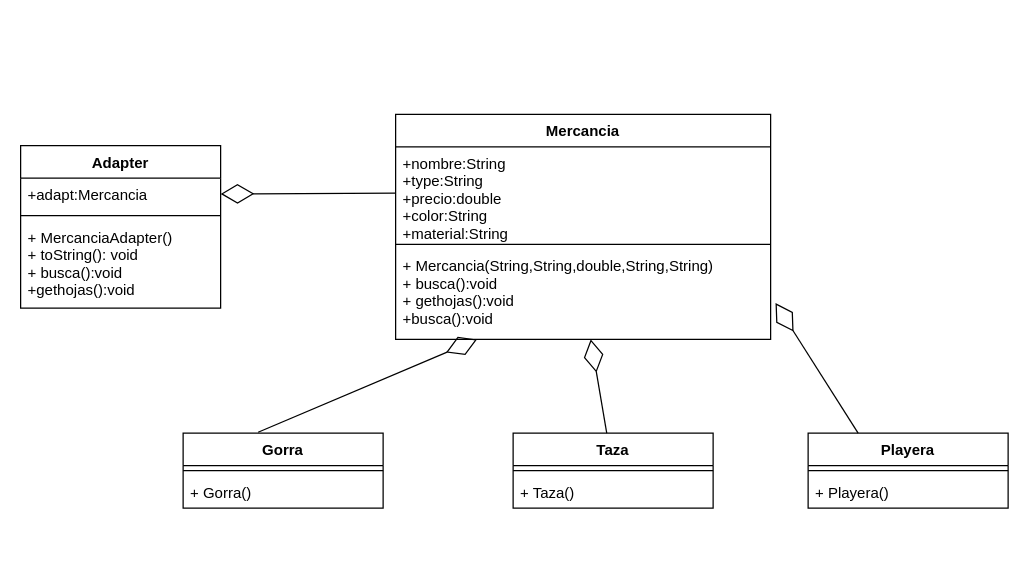
The draw.io diagram Adapter.drawio in Rogarpa/Proyecto-1-Modelado-y-Programacion, before the edit. Source tidied: cells renumbered, new cells numbered last; positions are measured from the earlier drawing's top-left corner, leaving out a move shared by most shapes. Both pictures are drawn from the tidied source at 125%, with x=0, y=0 at pixel (20, 114).
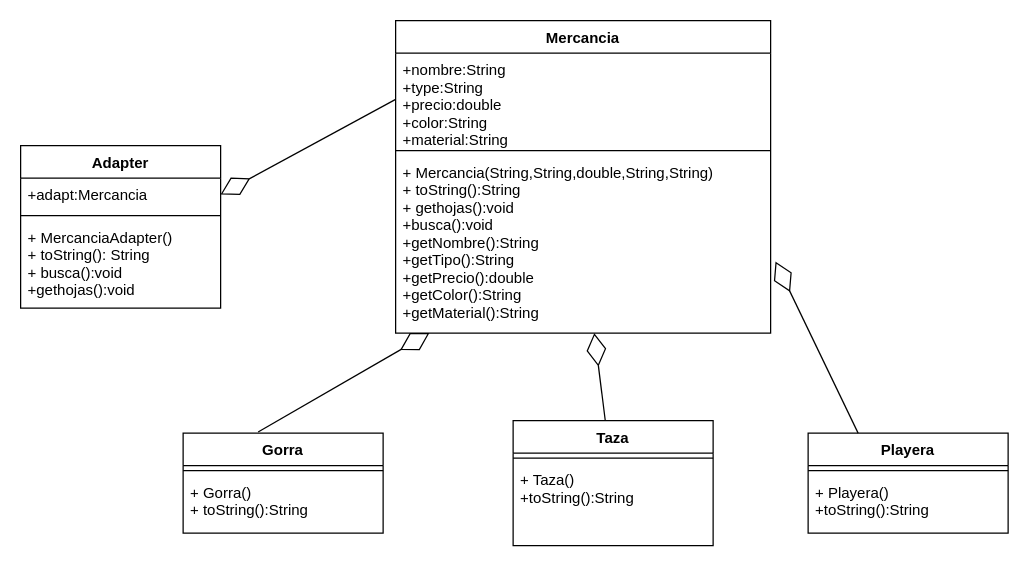
The same page after the edit.

Commit message (it also covers changes not shown here):
Preliminar de Adapter.

Unchanged cells that the change refers to:
```xml
<mxCell id="3" value="+nombre:String&#10;+type:String&#10;+precio:double&#10;+color:String&#10;+material:String" style="text;strokeColor=none;fillColor=none;align=left;verticalAlign=top;spacingLeft=4;spacingRight=4;overflow=hidden;points=[[0,0.5],[1,0.5]];portConstraint=eastwest;" parent="2" vertex="1">
  <mxGeometry y="26" width="300" height="74" as="geometry" />
</mxCell>
<mxCell id="6" value="Adapter" style="swimlane;fontStyle=1;align=center;verticalAlign=top;horizontal=1;startSize=26;" parent="1" vertex="1">
  <mxGeometry y="25" width="160" height="130" as="geometry" />
</mxCell>
<mxCell id="7" value="+adapt:Mercancia" style="text;strokeColor=none;fillColor=none;align=left;verticalAlign=top;spacingLeft=4;spacingRight=4;overflow=hidden;points=[[0,0.5],[1,0.5]];portConstraint=eastwest;" parent="6" vertex="1">
  <mxGeometry y="26" width="160" height="26" as="geometry" />
</mxCell>
```

The edit, as a diff of the source:
```diff
@@
     <mxCell id="2" value="Mercancia" style="swimlane;fontStyle=1;align=center;verticalAlign=top;horizontal=1;startSize=26;" parent="1" vertex="1">
-      <mxGeometry x="300" width="300" height="180" as="geometry" />
+      <mxGeometry x="300" y="-75" width="300" height="250" as="geometry" />
     </mxCell>
@@
-    <mxCell id="5" value="+ Mercancia(String,String,double,String,String)&#10;+ busca():void&#10;+ gethojas():void&#10;+busca():void" style="text;strokeColor=none;fillColor=none;align=left;verticalAlign=top;spacingLeft=4;spacingRight=4;overflow=hidden;points=[[0,0.5],[1,0.5]];portConstraint=eastwest;" parent="2" vertex="1">
-      <mxGeometry y="108" width="300" height="72" as="geometry" />
+    <mxCell id="5" value="+ Mercancia(String,String,double,String,String)&#10;+ toString():String&#10;+ gethojas():void&#10;+busca():void&#10;+getNombre():String&#10;+getTipo():String&#10;+getPrecio():double&#10;+getColor():String&#10;+getMaterial():String" style="text;strokeColor=none;fillColor=none;align=left;verticalAlign=top;spacingLeft=4;spacingRight=4;overflow=hidden;points=[[0,0.5],[1,0.5]];portConstraint=eastwest;" parent="2" vertex="1">
+      <mxGeometry y="108" width="300" height="142" as="geometry" />
     </mxCell>
@@
-    <mxCell id="9" value="+ MercanciaAdapter()&#10;+ toString(): void&#10;+ busca():void&#10;+gethojas():void" style="text;strokeColor=none;fillColor=none;align=left;verticalAlign=top;spacingLeft=4;spacingRight=4;overflow=hidden;" parent="6" vertex="1">
+    <mxCell id="9" value="+ MercanciaAdapter()&#10;+ toString(): String&#10;+ busca():void&#10;+gethojas():void" style="text;strokeColor=none;fillColor=none;align=left;verticalAlign=top;spacingLeft=4;spacingRight=4;overflow=hidden;" parent="6" vertex="1">
       <mxGeometry y="60" width="160" height="70" as="geometry" />
     </mxCell>
-    <mxCell id="10" style="endArrow=diamondThin;endFill=0;endSize=24;html=1;exitX=0;exitY=0.5;exitDx=0;exitDy=0;" parent="1" edge="1" source="3" target="7">
+    <mxCell id="10" style="endArrow=diamondThin;endFill=0;endSize=24;html=1;exitX=0;exitY=0.5;exitDx=0;exitDy=0;entryX=1;entryY=0.5;entryDx=0;entryDy=0;" parent="1" edge="1" source="3" target="7">
       <mxGeometry relative="1" as="geometry" />
     </mxCell>
     <mxCell id="11" value="Gorra" style="swimlane;fontStyle=1;align=center;verticalAlign=top;horizontal=1;startSize=26;" parent="1" vertex="1">
-      <mxGeometry x="130" y="255" width="160" height="60" as="geometry" />
+      <mxGeometry x="130" y="255" width="160" height="80" as="geometry" />
     </mxCell>
@@
-    <mxCell id="13" value="+ Gorra()" style="text;strokeColor=none;fillColor=none;align=left;verticalAlign=top;spacingLeft=4;spacingRight=4;overflow=hidden;" parent="11" vertex="1">
-      <mxGeometry y="34" width="160" height="26" as="geometry" />
+    <mxCell id="13" value="+ Gorra()&#10;+ toString():String" style="text;strokeColor=none;fillColor=none;align=left;verticalAlign=top;spacingLeft=4;spacingRight=4;overflow=hidden;" parent="11" vertex="1">
+      <mxGeometry y="34" width="160" height="46" as="geometry" />
     </mxCell>
     <mxCell id="14" value="Taza" style="swimlane;fontStyle=1;align=center;verticalAlign=top;horizontal=1;startSize=26;" parent="1" vertex="1">
-      <mxGeometry x="394" y="255" width="160" height="60" as="geometry" />
+      <mxGeometry x="394" y="245" width="160" height="100" as="geometry" />
     </mxCell>
@@
-    <mxCell id="16" value="+ Taza()" style="text;strokeColor=none;fillColor=none;align=left;verticalAlign=top;spacingLeft=4;spacingRight=4;overflow=hidden;" parent="14" vertex="1">
-      <mxGeometry y="34" width="160" height="26" as="geometry" />
+    <mxCell id="16" value="+ Taza()&#10;+toString():String&#10;" style="text;strokeColor=none;fillColor=none;align=left;verticalAlign=top;spacingLeft=4;spacingRight=4;overflow=hidden;" parent="14" vertex="1">
+      <mxGeometry y="34" width="160" height="66" as="geometry" />
     </mxCell>
     <mxCell id="17" value="Playera" style="swimlane;fontStyle=1;align=center;verticalAlign=top;horizontal=1;startSize=26;" parent="1" vertex="1">
-      <mxGeometry x="630" y="255" width="160" height="60" as="geometry" />
+      <mxGeometry x="630" y="255" width="160" height="80" as="geometry" />
     </mxCell>
@@
-    <mxCell id="19" value="+ Playera()" style="text;strokeColor=none;fillColor=none;align=left;verticalAlign=top;spacingLeft=4;spacingRight=4;overflow=hidden;" parent="17" vertex="1">
-      <mxGeometry y="34" width="160" height="26" as="geometry" />
+    <mxCell id="19" value="+ Playera()&#10;+toString():String" style="text;strokeColor=none;fillColor=none;align=left;verticalAlign=top;spacingLeft=4;spacingRight=4;overflow=hidden;" parent="17" vertex="1">
+      <mxGeometry y="34" width="160" height="46" as="geometry" />
     </mxCell>
```
